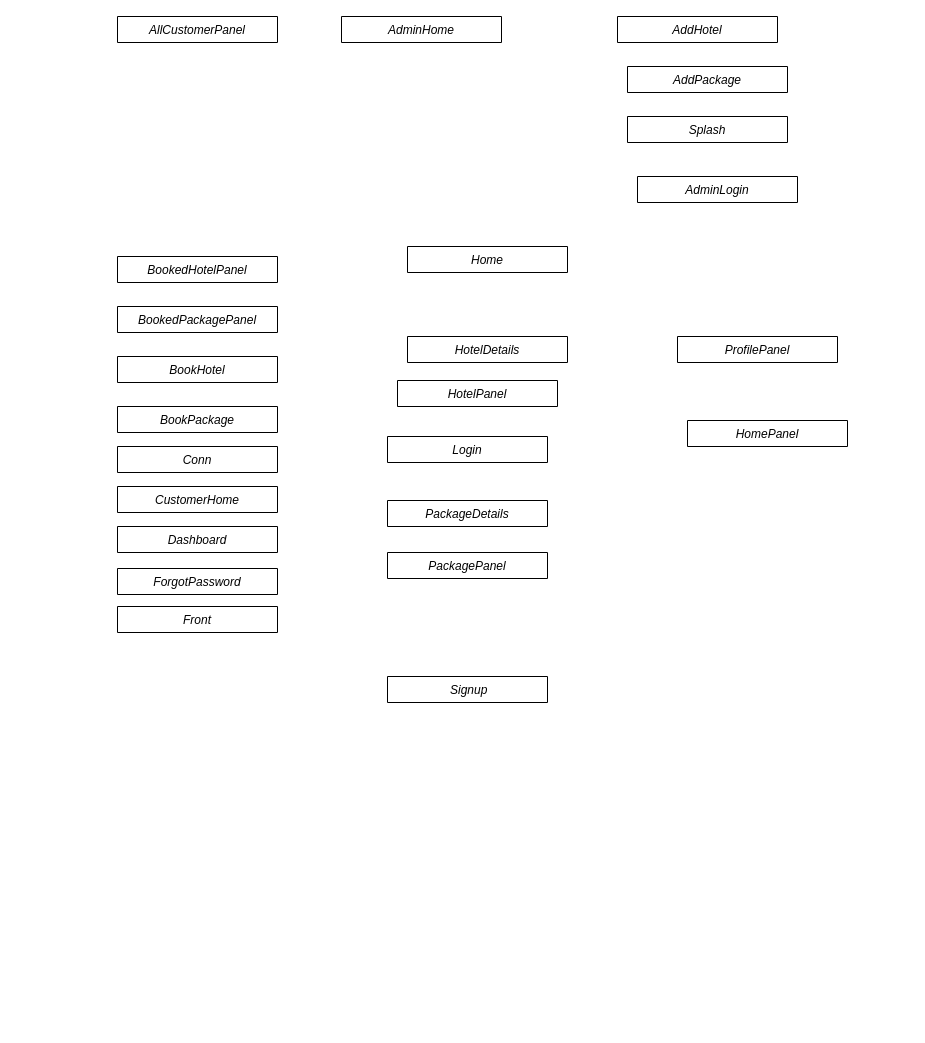
Earlier version of the draw.io diagram Class Diagram.drawio (varayush007/Travel_Management_Nymble). Source tidied: cells renumbered, new cells numbered last; positions are measured from the earlier drawing's top-left corner, leaving out a move shared by most shapes. Both pictures are drawn from the tidied source at 100%, with x=0, y=0 at pixel (117, 16).
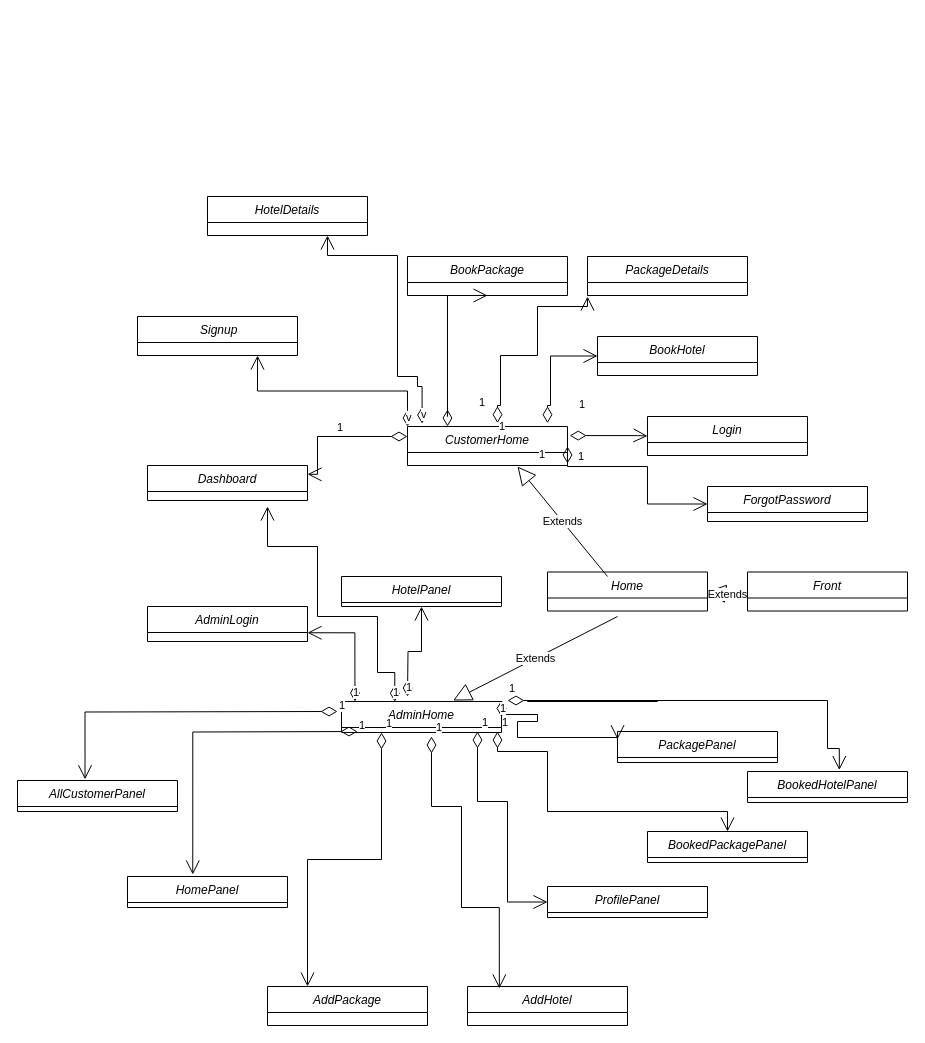
The same diagram, later.

Change to the diagram source:
```diff
@@
     <mxCell id="2" value="AddHotel" style="swimlane;fontStyle=2;align=center;verticalAlign=top;horizontal=1;startSize=26;rounded=0;shadow=0;strokeWidth=1;" parent="1" vertex="1" collapsed="1">
-      <mxGeometry x="500" width="160" height="26" as="geometry" />
+      <mxGeometry x="350" y="970" width="160" height="39" as="geometry" />
     </mxCell>
     <mxCell id="3" value="AddPackage" style="swimlane;fontStyle=2;align=center;verticalAlign=top;horizontal=1;startSize=26;rounded=0;shadow=0;strokeWidth=1;" parent="1" vertex="1" collapsed="1">
-      <mxGeometry x="510" y="50" width="160" height="26" as="geometry" />
+      <mxGeometry x="150" y="970" width="160" height="39" as="geometry" />
     </mxCell>
     <mxCell id="4" value="AdminHome" style="swimlane;fontStyle=2;align=center;verticalAlign=top;horizontal=1;startSize=26;rounded=0;shadow=0;strokeWidth=1;" parent="1" vertex="1" collapsed="1">
-      <mxGeometry x="224" width="160" height="26" as="geometry" />
+      <mxGeometry x="224" y="685" width="160" height="31" as="geometry" />
     </mxCell>
     <mxCell id="5" value="AdminLogin" style="swimlane;fontStyle=2;align=center;verticalAlign=top;horizontal=1;startSize=26;rounded=0;shadow=0;strokeWidth=1;" parent="1" vertex="1" collapsed="1">
-      <mxGeometry x="520" y="160" width="160" height="26" as="geometry" />
+      <mxGeometry x="30" y="590" width="160" height="35" as="geometry" />
     </mxCell>
     <mxCell id="6" value="AllCustomerPanel" style="swimlane;fontStyle=2;align=center;verticalAlign=top;horizontal=1;startSize=26;rounded=0;shadow=0;strokeWidth=1;" parent="1" vertex="1" collapsed="1">
-      <mxGeometry width="160" height="26" as="geometry" />
+      <mxGeometry x="-100" y="764" width="160" height="31" as="geometry" />
     </mxCell>
-    <mxCell id="7" value=" Conn" style="swimlane;fontStyle=2;align=center;verticalAlign=top;horizontal=1;startSize=26;rounded=0;shadow=0;strokeWidth=1;" parent="1" vertex="1" collapsed="1">
-      <mxGeometry y="430" width="160" height="26" as="geometry" />
-    </mxCell>
     <mxCell id="8" value="BookedHotelPanel " style="swimlane;fontStyle=2;align=center;verticalAlign=top;horizontal=1;startSize=26;rounded=0;shadow=0;strokeWidth=1;" parent="1" vertex="1" collapsed="1">
-      <mxGeometry y="240" width="160" height="26" as="geometry" />
+      <mxGeometry x="630" y="755" width="160" height="31" as="geometry" />
     </mxCell>
     <mxCell id="9" value="BookedPackagePanel" style="swimlane;fontStyle=2;align=center;verticalAlign=top;horizontal=1;startSize=26;rounded=0;shadow=0;strokeWidth=1;" parent="1" vertex="1" collapsed="1">
-      <mxGeometry y="290" width="160" height="26" as="geometry" />
+      <mxGeometry x="530" y="815" width="160" height="31" as="geometry" />
     </mxCell>
     <mxCell id="10" value="BookHotel" style="swimlane;fontStyle=2;align=center;verticalAlign=top;horizontal=1;startSize=26;rounded=0;shadow=0;strokeWidth=1;" parent="1" vertex="1" collapsed="1">
-      <mxGeometry y="340" width="160" height="26" as="geometry" />
+      <mxGeometry x="480" y="320" width="160" height="39" as="geometry" />
     </mxCell>
     <mxCell id="11" value=" BookPackage" style="swimlane;fontStyle=2;align=center;verticalAlign=top;horizontal=1;startSize=26;rounded=0;shadow=0;strokeWidth=1;" parent="1" vertex="1" collapsed="1">
-      <mxGeometry y="390" width="160" height="26" as="geometry" />
+      <mxGeometry x="290" y="240" width="160" height="39" as="geometry" />
     </mxCell>
-    <mxCell id="12" value=" Splash" style="swimlane;fontStyle=2;align=center;verticalAlign=top;horizontal=1;startSize=26;rounded=0;shadow=0;strokeWidth=1;" parent="1" vertex="1" collapsed="1">
-      <mxGeometry x="510" y="100" width="160" height="26" as="geometry" />
-    </mxCell>
     <mxCell id="13" value="CustomerHome" style="swimlane;fontStyle=2;align=center;verticalAlign=top;horizontal=1;startSize=26;rounded=0;shadow=0;strokeWidth=1;" parent="1" vertex="1" collapsed="1">
-      <mxGeometry y="470" width="160" height="26" as="geometry" />
+      <mxGeometry x="290" y="410" width="160" height="39" as="geometry" />
     </mxCell>
     <mxCell id="14" value=" Dashboard" style="swimlane;fontStyle=2;align=center;verticalAlign=top;horizontal=1;startSize=26;rounded=0;shadow=0;strokeWidth=1;" parent="1" vertex="1" collapsed="1">
-      <mxGeometry y="510" width="160" height="26" as="geometry" />
+      <mxGeometry x="30" y="449" width="160" height="35" as="geometry" />
     </mxCell>
     <mxCell id="15" value="ForgotPassword" style="swimlane;fontStyle=2;align=center;verticalAlign=top;horizontal=1;startSize=26;rounded=0;shadow=0;strokeWidth=1;" parent="1" vertex="1" collapsed="1">
-      <mxGeometry y="552" width="160" height="26" as="geometry" />
+      <mxGeometry x="590" y="470" width="160" height="35" as="geometry" />
     </mxCell>
     <mxCell id="16" value="Front" style="swimlane;fontStyle=2;align=center;verticalAlign=top;horizontal=1;startSize=26;rounded=0;shadow=0;strokeWidth=1;" parent="1" vertex="1" collapsed="1">
-      <mxGeometry y="590" width="160" height="26" as="geometry" />
+      <mxGeometry x="630" y="555.5" width="160" height="39" as="geometry" />
     </mxCell>
     <mxCell id="17" value="Home" style="swimlane;fontStyle=2;align=center;verticalAlign=top;horizontal=1;startSize=26;rounded=0;shadow=0;strokeWidth=1;" parent="1" vertex="1" collapsed="1">
-      <mxGeometry x="290" y="230" width="160" height="26" as="geometry" />
+      <mxGeometry x="430" y="555.5" width="160" height="39" as="geometry" />
     </mxCell>
     <mxCell id="18" value="HomePanel" style="swimlane;fontStyle=2;align=center;verticalAlign=top;horizontal=1;startSize=26;rounded=0;shadow=0;strokeWidth=1;" parent="1" vertex="1" collapsed="1">
-      <mxGeometry x="570" y="404" width="160" height="26" as="geometry" />
+      <mxGeometry x="10" y="860" width="160" height="31" as="geometry" />
     </mxCell>
     <mxCell id="19" value="HotelDetails" style="swimlane;fontStyle=2;align=center;verticalAlign=top;horizontal=1;startSize=26;rounded=0;shadow=0;strokeWidth=1;" parent="1" vertex="1" collapsed="1">
-      <mxGeometry x="290" y="320" width="160" height="26" as="geometry" />
+      <mxGeometry x="90" y="180" width="160" height="39" as="geometry" />
     </mxCell>
     <mxCell id="20" value="HotelPanel" style="swimlane;fontStyle=2;align=center;verticalAlign=top;horizontal=1;startSize=26;rounded=0;shadow=0;strokeWidth=1;" parent="1" vertex="1" collapsed="1">
-      <mxGeometry x="280" y="364" width="160" height="26" as="geometry" />
+      <mxGeometry x="224" y="560" width="160" height="30" as="geometry" />
     </mxCell>
     <mxCell id="21" value="Login" style="swimlane;fontStyle=2;align=center;verticalAlign=top;horizontal=1;startSize=26;rounded=0;shadow=0;strokeWidth=1;" parent="1" vertex="1" collapsed="1">
-      <mxGeometry x="270" y="420" width="160" height="26" as="geometry" />
+      <mxGeometry x="530" y="400" width="160" height="39" as="geometry" />
     </mxCell>
     <mxCell id="22" value="PackageDetails " style="swimlane;fontStyle=2;align=center;verticalAlign=top;horizontal=1;startSize=26;rounded=0;shadow=0;strokeWidth=1;" parent="1" vertex="1" collapsed="1">
-      <mxGeometry x="270" y="484" width="160" height="26" as="geometry" />
+      <mxGeometry x="470" y="240" width="160" height="39" as="geometry" />
     </mxCell>
     <mxCell id="23" value="PackagePanel" style="swimlane;fontStyle=2;align=center;verticalAlign=top;horizontal=1;startSize=26;rounded=0;shadow=0;strokeWidth=1;" parent="1" vertex="1" collapsed="1">
-      <mxGeometry x="270" y="536" width="160" height="26" as="geometry" />
+      <mxGeometry x="500" y="715" width="160" height="31" as="geometry" />
     </mxCell>
     <mxCell id="24" value="ProfilePanel" style="swimlane;fontStyle=2;align=center;verticalAlign=top;horizontal=1;startSize=26;rounded=0;shadow=0;strokeWidth=1;" parent="1" vertex="1" collapsed="1">
-      <mxGeometry x="560" y="320" width="160" height="26" as="geometry" />
+      <mxGeometry x="430" y="870" width="160" height="31" as="geometry" />
     </mxCell>
     <mxCell id="25" value=" Signup" style="swimlane;fontStyle=2;align=center;verticalAlign=top;horizontal=1;startSize=26;rounded=0;shadow=0;strokeWidth=1;" parent="1" vertex="1" collapsed="1">
-      <mxGeometry x="270" y="660" width="160" height="26" as="geometry" />
+      <mxGeometry x="20" y="300" width="160" height="39" as="geometry" />
     </mxCell>
+    <mxCell id="26" value="1" style="endArrow=open;html=1;endSize=12;startArrow=diamondThin;startSize=14;startFill=0;edgeStyle=orthogonalEdgeStyle;align=left;verticalAlign=bottom;rounded=0;entryX=0.422;entryY=-0.037;entryDx=0;entryDy=0;entryPerimeter=0;" parent="1" edge="1" target="6">
+      <mxGeometry x="-1" y="3" relative="1" as="geometry">
+        <mxPoint x="220" y="695" as="sourcePoint" />
+      </mxGeometry>
+    </mxCell>
+    <mxCell id="27" value="1" style="endArrow=open;html=1;endSize=12;startArrow=diamondThin;startSize=14;startFill=0;edgeStyle=orthogonalEdgeStyle;align=left;verticalAlign=bottom;rounded=0;entryX=0.408;entryY=-0.064;entryDx=0;entryDy=0;entryPerimeter=0;" parent="1" edge="1" target="18">
+      <mxGeometry x="-1" y="3" relative="1" as="geometry">
+        <mxPoint x="240" y="715" as="sourcePoint" />
+      </mxGeometry>
+    </mxCell>
+    <mxCell id="28" value="1" style="endArrow=open;html=1;endSize=12;startArrow=diamondThin;startSize=14;startFill=0;edgeStyle=orthogonalEdgeStyle;align=left;verticalAlign=bottom;rounded=0;entryX=0;entryY=0.5;entryDx=0;entryDy=0;" parent="1" edge="1" target="24">
+      <mxGeometry x="-1" y="3" relative="1" as="geometry">
+        <mxPoint x="360" y="715" as="sourcePoint" />
+        <Array as="points">
+          <mxPoint x="360" y="785" />
+          <mxPoint x="390" y="785" />
+          <mxPoint x="390" y="886" />
+        </Array>
+      </mxGeometry>
+    </mxCell>
+    <mxCell id="29" value="1" style="endArrow=open;html=1;endSize=12;startArrow=diamondThin;startSize=14;startFill=0;edgeStyle=orthogonalEdgeStyle;align=left;verticalAlign=bottom;rounded=0;exitX=1;exitY=0.5;exitDx=0;exitDy=0;entryX=0;entryY=0.25;entryDx=0;entryDy=0;" parent="1" edge="1" source="4" target="23">
+      <mxGeometry x="-1" y="3" relative="1" as="geometry">
+        <Array as="points">
+          <mxPoint x="420" y="698" />
+          <mxPoint x="420" y="705" />
+          <mxPoint x="400" y="705" />
+          <mxPoint x="400" y="721" />
+        </Array>
+      </mxGeometry>
+    </mxCell>
+    <mxCell id="30" value="1" style="endArrow=open;html=1;endSize=12;startArrow=diamondThin;startSize=14;startFill=0;edgeStyle=orthogonalEdgeStyle;align=left;verticalAlign=bottom;rounded=0;" parent="1" edge="1" target="9">
+      <mxGeometry x="-1" y="3" relative="1" as="geometry">
+        <mxPoint x="380" y="715" as="sourcePoint" />
+        <Array as="points">
+          <mxPoint x="380" y="735" />
+          <mxPoint x="430" y="735" />
+          <mxPoint x="430" y="795" />
+          <mxPoint x="610" y="795" />
+        </Array>
+      </mxGeometry>
+    </mxCell>
+    <mxCell id="31" value="1" style="endArrow=open;html=1;endSize=12;startArrow=diamondThin;startSize=14;startFill=0;edgeStyle=orthogonalEdgeStyle;align=left;verticalAlign=bottom;rounded=0;entryX=0.574;entryY=-0.045;entryDx=0;entryDy=0;entryPerimeter=0;" parent="1" edge="1" target="8">
+      <mxGeometry x="-1" y="3" relative="1" as="geometry">
+        <mxPoint x="390" y="684" as="sourcePoint" />
+        <Array as="points">
+          <mxPoint x="540" y="684" />
+          <mxPoint x="430" y="685" />
+          <mxPoint x="410" y="684" />
+          <mxPoint x="710" y="684" />
+          <mxPoint x="710" y="732" />
+          <mxPoint x="722" y="732" />
+        </Array>
+      </mxGeometry>
+    </mxCell>
+    <mxCell id="32" value="1" style="endArrow=open;html=1;endSize=12;startArrow=diamondThin;startSize=14;startFill=0;edgeStyle=orthogonalEdgeStyle;align=left;verticalAlign=bottom;rounded=0;entryX=0.5;entryY=1;entryDx=0;entryDy=0;" parent="1" edge="1" target="20">
+      <mxGeometry x="-1" y="3" relative="1" as="geometry">
+        <mxPoint x="290" y="680" as="sourcePoint" />
+      </mxGeometry>
+    </mxCell>
+    <mxCell id="33" value="1" style="endArrow=open;html=1;endSize=12;startArrow=diamondThin;startSize=14;startFill=0;edgeStyle=orthogonalEdgeStyle;align=left;verticalAlign=bottom;rounded=0;entryX=1;entryY=0.75;entryDx=0;entryDy=0;exitX=0.084;exitY=0.002;exitDx=0;exitDy=0;exitPerimeter=0;" parent="1" edge="1" source="4" target="5">
+      <mxGeometry x="-1" y="3" relative="1" as="geometry" />
+    </mxCell>
+    <mxCell id="34" value="Extends" style="endArrow=block;endSize=16;endFill=0;html=1;rounded=0;entryX=0.698;entryY=-0.032;entryDx=0;entryDy=0;entryPerimeter=0;" parent="1" edge="1" target="4">
+      <mxGeometry relative="1" as="geometry">
+        <mxPoint x="500" y="600" as="sourcePoint" />
+      </mxGeometry>
+    </mxCell>
+    <mxCell id="35" value="Extends" style="endArrow=block;endSize=16;endFill=0;html=1;rounded=0;exitX=0.375;exitY=0.115;exitDx=0;exitDy=0;exitPerimeter=0;" parent="1" edge="1" source="17">
+      <mxGeometry relative="1" as="geometry">
+        <mxPoint x="400" y="450" as="targetPoint" />
+      </mxGeometry>
+    </mxCell>
+    <mxCell id="36" value="1" style="endArrow=open;html=1;endSize=12;startArrow=diamondThin;startSize=14;startFill=0;edgeStyle=orthogonalEdgeStyle;align=left;verticalAlign=bottom;rounded=0;exitX=0.333;exitY=0.008;exitDx=0;exitDy=0;exitPerimeter=0;" parent="1" edge="1" source="4">
+      <mxGeometry x="-1" y="3" relative="1" as="geometry">
+        <mxPoint x="150" y="490" as="targetPoint" />
+        <Array as="points">
+          <mxPoint x="277" y="656" />
+          <mxPoint x="260" y="656" />
+          <mxPoint x="260" y="600" />
+          <mxPoint x="200" y="600" />
+          <mxPoint x="200" y="530" />
+          <mxPoint x="150" y="530" />
+          <mxPoint x="150" y="490" />
+        </Array>
+      </mxGeometry>
+    </mxCell>
+    <mxCell id="37" value="1" style="endArrow=open;html=1;endSize=12;startArrow=diamondThin;startSize=14;startFill=0;edgeStyle=orthogonalEdgeStyle;align=left;verticalAlign=bottom;rounded=0;entryX=1;entryY=0.25;entryDx=0;entryDy=0;" parent="1" edge="1" target="14">
+      <mxGeometry x="0.05" relative="1" as="geometry">
+        <mxPoint x="290" y="420" as="sourcePoint" />
+        <Array as="points">
+          <mxPoint x="200" y="420" />
+          <mxPoint x="200" y="458" />
+        </Array>
+      </mxGeometry>
+    </mxCell>
+    <mxCell id="38" value="Extends" style="endArrow=block;endSize=16;endFill=0;html=1;rounded=0;exitX=0.375;exitY=0.115;exitDx=0;exitDy=0;exitPerimeter=0;entryX=1;entryY=0.5;entryDx=0;entryDy=0;" parent="1" edge="1" target="17">
+      <mxGeometry relative="1" as="geometry">
+        <mxPoint x="630" y="580" as="sourcePoint" />
+      </mxGeometry>
+    </mxCell>
+    <mxCell id="39" value="1" style="endArrow=open;html=1;endSize=12;startArrow=diamondThin;startSize=14;startFill=0;edgeStyle=orthogonalEdgeStyle;align=left;verticalAlign=bottom;rounded=0;exitX=0.25;exitY=1;exitDx=0;exitDy=0;entryX=0.25;entryY=0;entryDx=0;entryDy=0;" parent="1" edge="1" source="4" target="3">
+      <mxGeometry x="-1" y="3" relative="1" as="geometry" />
+    </mxCell>
+    <mxCell id="40" value="1" style="endArrow=open;html=1;endSize=12;startArrow=diamondThin;startSize=14;startFill=0;edgeStyle=orthogonalEdgeStyle;align=left;verticalAlign=bottom;rounded=0;entryX=0.199;entryY=0.05;entryDx=0;entryDy=0;entryPerimeter=0;" parent="1" edge="1" target="2">
+      <mxGeometry x="-1" y="3" relative="1" as="geometry">
+        <mxPoint x="314" y="720" as="sourcePoint" />
+        <Array as="points">
+          <mxPoint x="314" y="790" />
+          <mxPoint x="344" y="790" />
+          <mxPoint x="344" y="891" />
+          <mxPoint x="382" y="891" />
+        </Array>
+      </mxGeometry>
+    </mxCell>
+    <mxCell id="41" value="v" style="endArrow=open;html=1;endSize=12;startArrow=diamondThin;startSize=14;startFill=0;edgeStyle=orthogonalEdgeStyle;align=left;verticalAlign=bottom;rounded=0;exitX=0;exitY=0;exitDx=0;exitDy=0;entryX=0.75;entryY=1;entryDx=0;entryDy=0;" parent="1" edge="1" source="13" target="25">
+      <mxGeometry x="-1" y="3" relative="1" as="geometry" />
+    </mxCell>
+    <mxCell id="42" value="1" style="endArrow=open;html=1;endSize=12;startArrow=diamondThin;startSize=14;startFill=0;edgeStyle=orthogonalEdgeStyle;align=left;verticalAlign=bottom;rounded=0;exitX=0.25;exitY=0;exitDx=0;exitDy=0;entryX=0.5;entryY=1;entryDx=0;entryDy=0;" parent="1" edge="1" source="13" target="11">
+      <mxGeometry x="-0.83" y="-30" relative="1" as="geometry">
+        <Array as="points">
+          <mxPoint x="330" y="400" />
+          <mxPoint x="330" y="400" />
+        </Array>
+      </mxGeometry>
+    </mxCell>
+    <mxCell id="43" value="1" style="endArrow=open;html=1;endSize=12;startArrow=diamondThin;startSize=14;startFill=0;edgeStyle=orthogonalEdgeStyle;align=left;verticalAlign=bottom;rounded=0;exitX=0.921;exitY=-0.06;exitDx=0;exitDy=0;exitPerimeter=0;entryX=0;entryY=0.5;entryDx=0;entryDy=0;" parent="1" edge="1" target="10">
+      <mxGeometry x="-0.83" y="-30" relative="1" as="geometry">
+        <mxPoint x="430" y="406.7" as="sourcePoint" />
+        <Array as="points">
+          <mxPoint x="430" y="389" />
+          <mxPoint x="433" y="389" />
+          <mxPoint x="433" y="339" />
+        </Array>
+      </mxGeometry>
+    </mxCell>
+    <mxCell id="44" value="1" style="endArrow=open;html=1;endSize=12;startArrow=diamondThin;startSize=14;startFill=0;edgeStyle=orthogonalEdgeStyle;align=left;verticalAlign=bottom;rounded=0;exitX=1.014;exitY=0.233;exitDx=0;exitDy=0;exitPerimeter=0;entryX=0;entryY=0.5;entryDx=0;entryDy=0;" parent="1" edge="1" source="13" target="21">
+      <mxGeometry x="-0.83" y="-30" relative="1" as="geometry">
+        <Array as="points">
+          <mxPoint x="520" y="419" />
+        </Array>
+      </mxGeometry>
+    </mxCell>
+    <mxCell id="45" value="1" style="endArrow=open;html=1;endSize=12;startArrow=diamondThin;startSize=14;startFill=0;edgeStyle=orthogonalEdgeStyle;align=left;verticalAlign=bottom;rounded=0;entryX=0;entryY=0.5;entryDx=0;entryDy=0;" parent="1" edge="1" target="15">
+      <mxGeometry x="-0.83" y="-30" relative="1" as="geometry">
+        <mxPoint x="450" y="430" as="sourcePoint" />
+        <Array as="points">
+          <mxPoint x="450" y="450" />
+          <mxPoint x="530" y="450" />
+          <mxPoint x="530" y="488" />
+        </Array>
+      </mxGeometry>
+    </mxCell>
+    <mxCell id="46" value="v" style="endArrow=open;html=1;endSize=12;startArrow=diamondThin;startSize=14;startFill=0;edgeStyle=orthogonalEdgeStyle;align=left;verticalAlign=bottom;rounded=0;entryX=0.75;entryY=1;entryDx=0;entryDy=0;exitX=0.091;exitY=-0.075;exitDx=0;exitDy=0;exitPerimeter=0;" parent="1" edge="1" source="13" target="19">
+      <mxGeometry x="-1" y="3" relative="1" as="geometry">
+        <Array as="points">
+          <mxPoint x="305" y="370" />
+          <mxPoint x="300" y="370" />
+          <mxPoint x="300" y="360" />
+          <mxPoint x="280" y="360" />
+          <mxPoint x="280" y="239" />
+          <mxPoint x="210" y="239" />
+        </Array>
+      </mxGeometry>
+    </mxCell>
+    <mxCell id="47" value="1" style="endArrow=open;html=1;endSize=12;startArrow=diamondThin;startSize=14;startFill=0;edgeStyle=orthogonalEdgeStyle;align=left;verticalAlign=bottom;rounded=0;exitX=0.921;exitY=-0.06;exitDx=0;exitDy=0;exitPerimeter=0;" parent="1" edge="1">
+      <mxGeometry x="-0.83" y="-30" relative="1" as="geometry">
+        <mxPoint x="380" y="406.6" as="sourcePoint" />
+        <mxPoint x="470" y="280" as="targetPoint" />
+        <Array as="points">
+          <mxPoint x="380" y="389" />
+          <mxPoint x="383" y="389" />
+          <mxPoint x="383" y="339" />
+          <mxPoint x="420" y="339" />
+          <mxPoint x="420" y="290" />
+          <mxPoint x="470" y="290" />
+        </Array>
+      </mxGeometry>
+    </mxCell>
```
